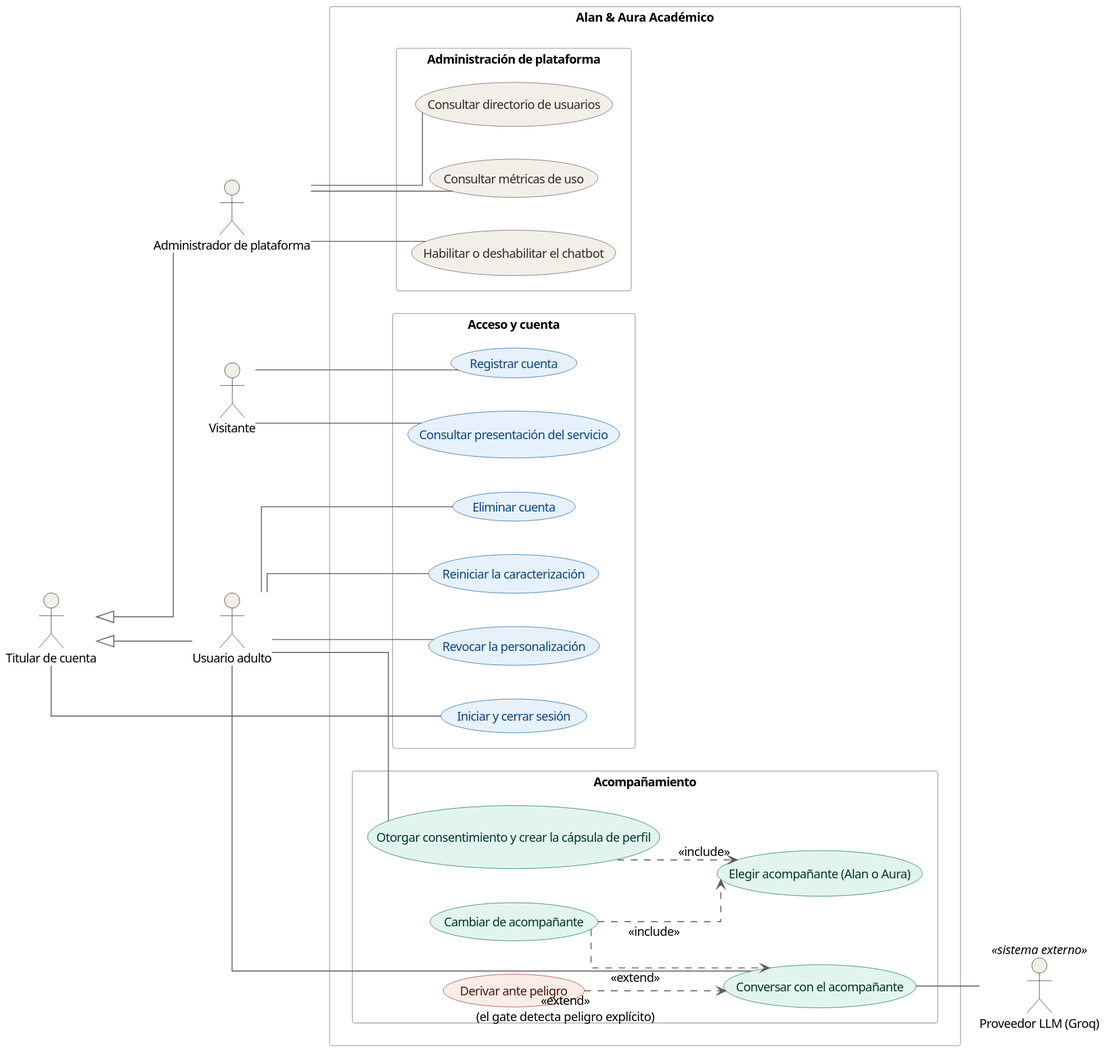
Before: docs/07_casos_uso/DCU-01_casos_uso.svg, a diagram exported from PlantUML (jonatan8254/alan-aura-academico).
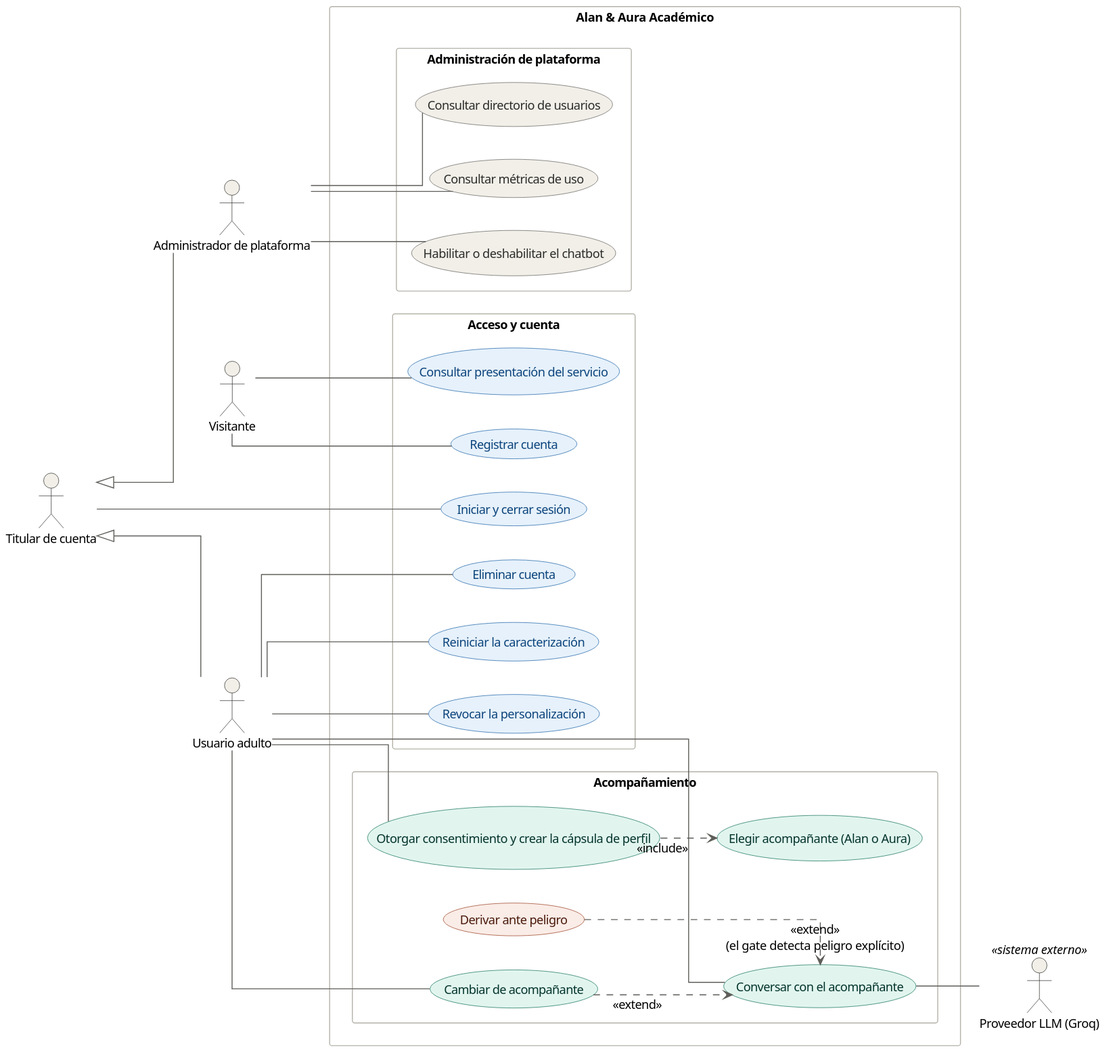
After the change.

What changed in the source:
```diff
@@ -53,13 +53,13 @@
 Usuario -- CU_Elim
 Usuario -- CU_Reinit
 Usuario -- CU_Revoc
+Usuario -- CU_Cambiar
 Admin -- CU_Dir
 Admin -- CU_Met
 Admin -- CU_Kill
 CU_Chat -- LLM
 
 CU_Onb ..> CU_Elegir : <<include>>
-CU_Cambiar ..> CU_Elegir : <<include>>
 CU_Cambiar ..> CU_Chat : <<extend>>
 CU_Deriv ..> CU_Chat : <<extend>>\n(el gate detecta peligro explícito)
 @enduml
```
